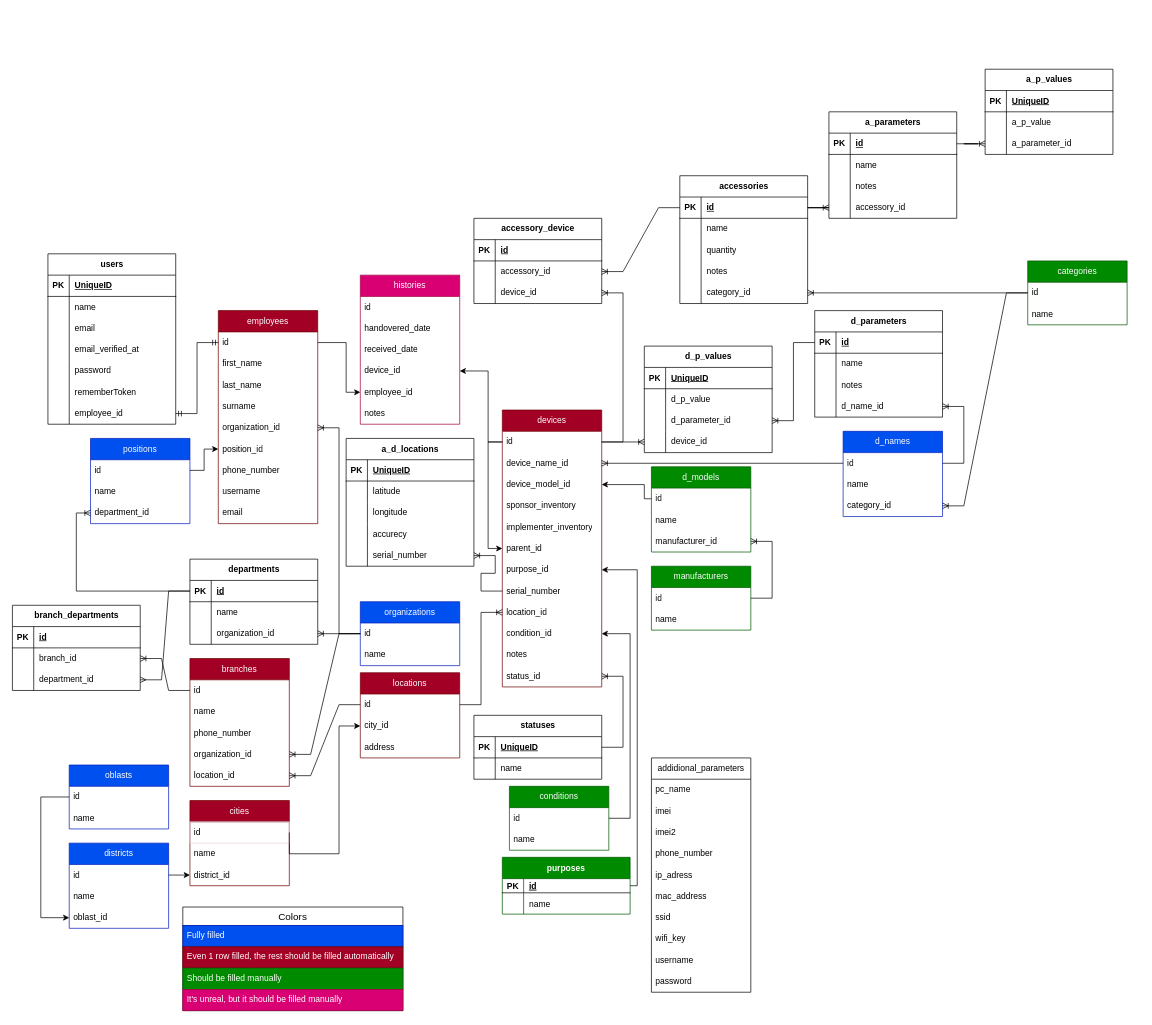
Above: diagram/equipment_accounting.drawio in eardakbekov1/equipment_accounting (draw.io), before the change. Source tidied: cells renumbered, new cells numbered last; positions are measured from the earlier drawing's top-left corner, leaving out a move shared by most shapes. Both pictures are drawn from the tidied source at 71%, with x=0, y=0 at pixel (12, 69).
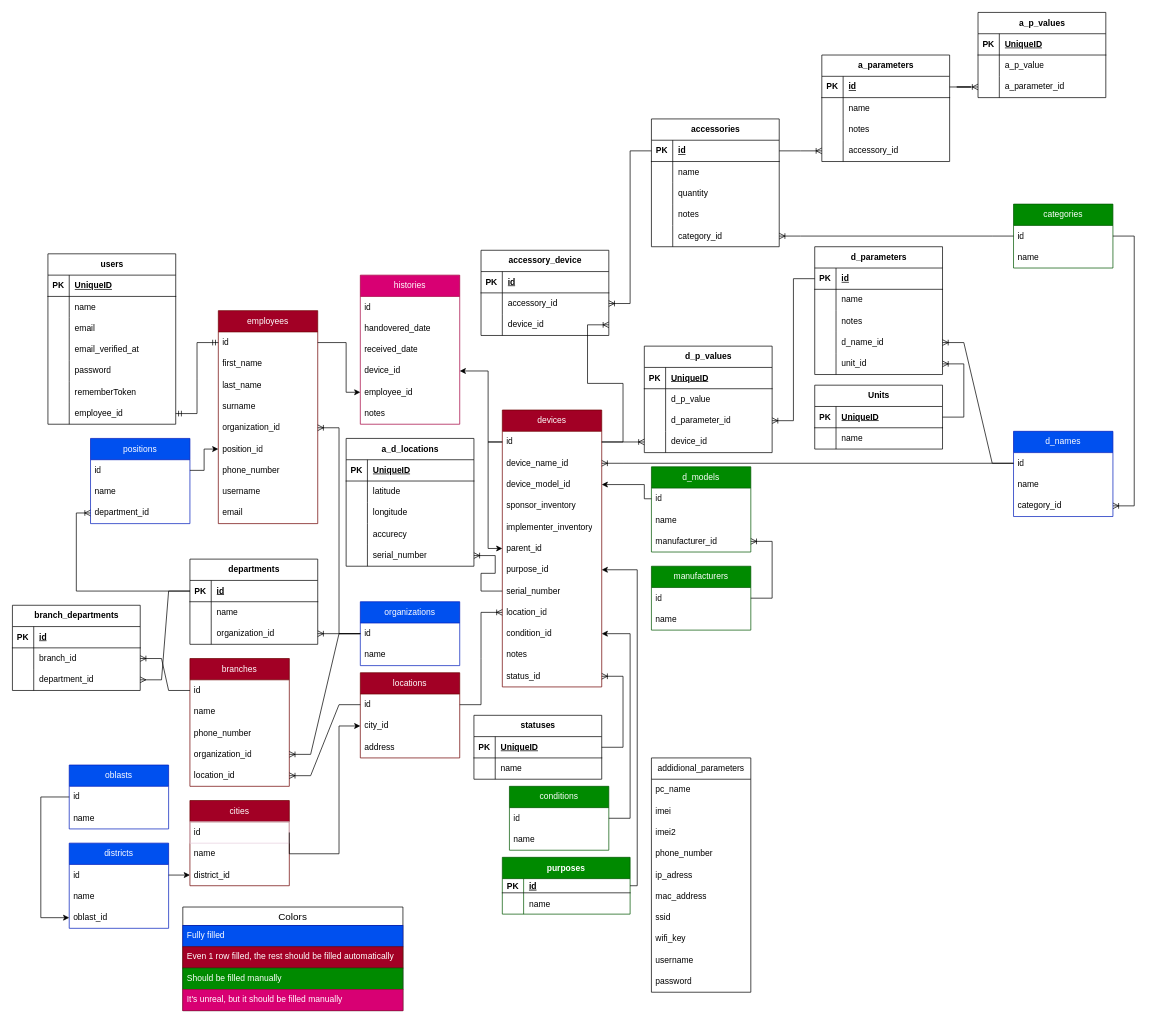
The same diagram, later.

The change refers to these unchanged cells:
```xml
<mxCell id="21" value="id" style="text;align=left;verticalAlign=middle;spacingLeft=4;spacingRight=4;overflow=hidden;points=[[0,0.5],[1,0.5]];portConstraint=eastwest;whiteSpace=wrap;html=1;" parent="20" vertex="1">
  <mxGeometry y="30" width="140" height="30" as="geometry" />
</mxCell>
<mxCell id="23" value="category_id" style="text;align=left;verticalAlign=middle;spacingLeft=4;spacingRight=4;overflow=hidden;points=[[0,0.5],[1,0.5]];portConstraint=eastwest;whiteSpace=wrap;html=1;" parent="20" vertex="1">
  <mxGeometry y="90" width="140" height="30" as="geometry" />
</mxCell>
<mxCell id="49" value="id" style="text;align=left;verticalAlign=middle;spacingLeft=4;spacingRight=4;overflow=hidden;points=[[0,0.5],[1,0.5]];portConstraint=eastwest;whiteSpace=wrap;html=1;" parent="48" vertex="1">
  <mxGeometry y="30" width="140" height="30" as="geometry" />
</mxCell>
<mxCell id="136" style="shape=tableRow;horizontal=0;startSize=0;swimlaneHead=0;swimlaneBody=0;fillColor=none;points=[[0,0.5],[1,0.5]];portConstraint=eastwest;top=0;left=0;right=0;bottom=0;" parent="126" vertex="1">
  <mxGeometry y="120" width="180" height="30" as="geometry" />
</mxCell>
```

Change to the diagram source:
```diff
@@
     <mxCell id="20" value="d_names" style="swimlane;fontStyle=0;horizontal=1;startSize=30;whiteSpace=wrap;html=1;fillColor=#0050ef;fontColor=#ffffff;strokeColor=#001DBC;" parent="1" vertex="1">
-      <mxGeometry x="1170" y="510" width="140" height="120" as="geometry" />
+      <mxGeometry x="1410" y="510" width="140" height="120" as="geometry" />
     </mxCell>
@@
     <mxCell id="48" value="categories" style="swimlane;fontStyle=0;horizontal=1;startSize=30;whiteSpace=wrap;html=1;fillColor=#008a00;fontColor=#ffffff;strokeColor=#005700;" parent="1" vertex="1">
-      <mxGeometry x="1430" y="270" width="140" height="90" as="geometry" />
+      <mxGeometry x="1410" y="190" width="140" height="90" as="geometry" />
     </mxCell>
@@
-    <mxCell id="125" style="edgeStyle=entityRelationEdgeStyle;fontSize=12;html=1;endArrow=ERoneToMany;rounded=0;exitX=0;exitY=0.5;exitDx=0;exitDy=0;entryX=1;entryY=0.5;entryDx=0;entryDy=0;" parent="1" edge="1" source="49" target="23">
+    <mxCell id="125" style="edgeStyle=entityRelationEdgeStyle;fontSize=12;html=1;endArrow=ERoneToMany;rounded=0;exitX=1;exitY=0.5;exitDx=0;exitDy=0;entryX=1;entryY=0.5;entryDx=0;entryDy=0;" parent="1" edge="1" source="49" target="23">
       <mxGeometry relative="1" as="geometry" />
     </mxCell>
     <mxCell id="126" value="d_parameters" style="shape=table;startSize=30;childLayout=tableLayout;rowLines=0;fontStyle=1;align=center;html=1;" parent="1" vertex="1">
-      <mxGeometry x="1130" y="340" width="180" height="150" as="geometry" />
+      <mxGeometry x="1130" y="250" width="180" height="180" as="geometry" />
     </mxCell>
@@
+    <mxCell id="272" style="shape=tableRow;horizontal=0;startSize=0;swimlaneHead=0;swimlaneBody=0;fillColor=none;points=[[0,0.5],[1,0.5]];portConstraint=eastwest;top=0;left=0;right=0;bottom=0;" parent="126" vertex="1">
+      <mxGeometry y="150" width="180" height="30" as="geometry" />
+    </mxCell>
+    <mxCell id="273" style="shape=partialRectangle;fillColor=none;top=0;left=0;bottom=0;right=0;overflow=hidden;whiteSpace=wrap;html=1;" parent="272" vertex="1">
+      <mxGeometry width="30" height="30" as="geometry" />
+    </mxCell>
+    <mxCell id="274" value="unit_id" style="shape=partialRectangle;fillColor=none;top=0;left=0;bottom=0;right=0;align=left;spacingLeft=6;overflow=hidden;whiteSpace=wrap;html=1;" parent="272" vertex="1">
+      <mxGeometry x="30" width="150" height="30" as="geometry" />
+    </mxCell>
-    <mxCell id="139" style="edgeStyle=entityRelationEdgeStyle;fontSize=12;html=1;endArrow=ERoneToMany;rounded=0;entryX=1;entryY=0.5;entryDx=0;entryDy=0;exitX=1;exitY=0.5;exitDx=0;exitDy=0;" parent="1" edge="1" source="21" target="136">
+    <mxCell id="139" style="edgeStyle=entityRelationEdgeStyle;fontSize=12;html=1;endArrow=ERoneToMany;rounded=0;exitX=0;exitY=0.5;exitDx=0;exitDy=0;" parent="1" edge="1" source="21" target="136">
       <mxGeometry relative="1" as="geometry" />
     </mxCell>
@@
     <mxCell id="165" value="accessories" style="shape=table;startSize=30;childLayout=tableLayout;rowLines=0;fontStyle=1;align=center;html=1;" parent="1" vertex="1">
-      <mxGeometry x="940" y="150" width="180" height="180" as="geometry" />
+      <mxGeometry x="900" y="70" width="180" height="180" as="geometry" />
     </mxCell>
@@
     <mxCell id="181" value="a_parameters" style="shape=table;startSize=30;childLayout=tableLayout;rowLines=0;fontStyle=1;align=center;html=1;" parent="1" vertex="1">
-      <mxGeometry x="1150" y="60" width="180" height="150" as="geometry" />
+      <mxGeometry x="1140" y="-20" width="180" height="150" as="geometry" />
     </mxCell>
@@
     <mxCell id="196" value="a_p_values" style="shape=table;startSize=30;childLayout=tableLayout;rowLines=0;fontStyle=1;align=center;html=1;" parent="1" vertex="1">
-      <mxGeometry x="1370" width="180" height="120" as="geometry" />
+      <mxGeometry x="1360" y="-80" width="180" height="120" as="geometry" />
     </mxCell>
@@
     <mxCell id="207" value="accessory_device" style="shape=table;startSize=30;childLayout=tableLayout;rowLines=0;fontStyle=1;align=center;html=1;" parent="1" vertex="1">
-      <mxGeometry x="650" y="210" width="180" height="120" as="geometry" />
+      <mxGeometry x="660" y="255" width="180" height="120" as="geometry" />
     </mxCell>
@@
+    <mxCell id="275" value="Units" style="shape=table;startSize=30;childLayout=tableLayout;rowLines=0;fontStyle=1;align=center;html=1;" parent="1" vertex="1">
+      <mxGeometry x="1130" y="445" width="180" height="90" as="geometry" />
+    </mxCell>
+    <mxCell id="276" style="shape=tableRow;horizontal=0;startSize=0;swimlaneHead=0;swimlaneBody=0;fillColor=none;points=[[0,0.5],[1,0.5]];portConstraint=eastwest;top=0;left=0;right=0;bottom=1;" parent="275" vertex="1">
+      <mxGeometry y="30" width="180" height="30" as="geometry" />
+    </mxCell>
+    <mxCell id="277" value="PK" style="shape=partialRectangle;fillColor=none;top=0;left=0;bottom=0;right=0;fontStyle=1;overflow=hidden;whiteSpace=wrap;html=1;" parent="276" vertex="1">
+      <mxGeometry width="30" height="30" as="geometry" />
+    </mxCell>
+    <mxCell id="278" value="UniqueID" style="shape=partialRectangle;fillColor=none;top=0;left=0;bottom=0;right=0;align=left;spacingLeft=6;fontStyle=5;overflow=hidden;whiteSpace=wrap;html=1;" parent="276" vertex="1">
+      <mxGeometry x="30" width="150" height="30" as="geometry" />
+    </mxCell>
+    <mxCell id="279" style="shape=tableRow;horizontal=0;startSize=0;swimlaneHead=0;swimlaneBody=0;fillColor=none;top=0;left=0;right=0;bottom=0;" parent="275" vertex="1">
+      <mxGeometry y="60" width="180" height="30" as="geometry" />
+    </mxCell>
+    <mxCell id="280" style="shape=partialRectangle;fillColor=none;top=0;left=0;bottom=0;right=0;overflow=hidden;whiteSpace=wrap;html=1;" parent="279" vertex="1">
+      <mxGeometry width="30" height="30" as="geometry" />
+    </mxCell>
+    <mxCell id="281" value="name" style="shape=partialRectangle;fillColor=none;top=0;left=0;bottom=0;right=0;align=left;spacingLeft=6;overflow=hidden;whiteSpace=wrap;html=1;" parent="279" vertex="1">
+      <mxGeometry x="30" width="150" height="30" as="geometry" />
+    </mxCell>
+    <mxCell id="282" style="edgeStyle=entityRelationEdgeStyle;fontSize=12;html=1;endArrow=ERoneToMany;rounded=0;exitX=1;exitY=0.5;exitDx=0;exitDy=0;entryX=1;entryY=0.5;entryDx=0;entryDy=0;" parent="1" edge="1" source="276" target="272">
+      <mxGeometry relative="1" as="geometry" />
+    </mxCell>
```
